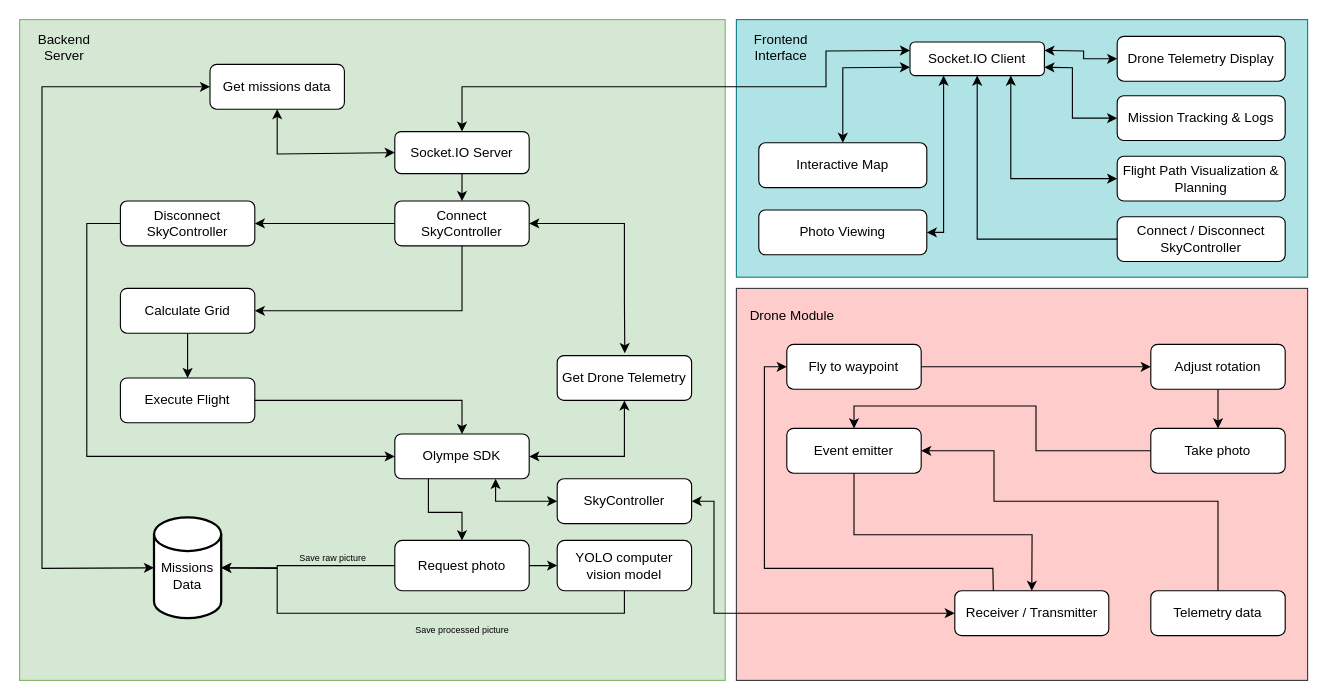
The draw.io diagram AAU-BSc-Software/Project-P6/resources/P6 System Architecture.drawio in Emilprivate/Esd.EDU, before the edit. Source tidied: cells renumbered, new cells numbered last; positions are measured from the earlier drawing's top-left corner, leaving out a move shared by most shapes. Both pictures are drawn from the tidied source at 112%, with x=0, y=0 at pixel (19, 19).
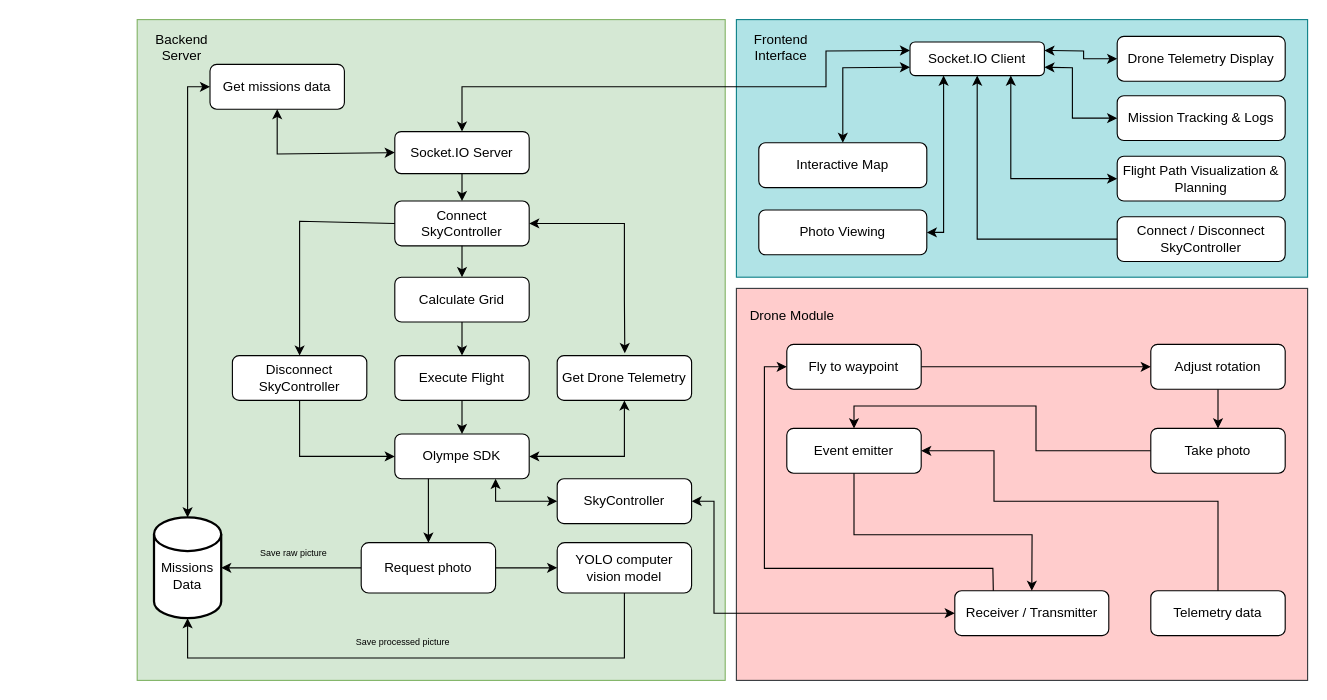
The same diagram, later.

Unchanged cells that the change refers to:
```xml
<mxCell id="18" value="&lt;div&gt;&lt;br&gt;&lt;/div&gt;&lt;div&gt;Missions Data&lt;/div&gt;" style="strokeWidth=2;html=1;shape=mxgraph.flowchart.database;whiteSpace=wrap;rounded=0;strokeColor=default;align=center;verticalAlign=middle;fontFamily=Helvetica;fontSize=12;fontColor=default;fillColor=default;" parent="1" vertex="1">
  <mxGeometry x="120" y="444.5" width="60" height="90" as="geometry" />
</mxCell>
<mxCell id="20" value="&lt;div&gt;Olympe SDK&lt;/div&gt;" style="rounded=1;whiteSpace=wrap;html=1;strokeColor=default;align=center;verticalAlign=middle;fontFamily=Helvetica;fontSize=12;fontColor=default;fillColor=default;" parent="1" vertex="1">
  <mxGeometry x="335" y="370" width="120" height="40" as="geometry" />
</mxCell>
<mxCell id="41" value="Get missions data" style="rounded=1;whiteSpace=wrap;html=1;strokeColor=default;align=center;verticalAlign=middle;fontFamily=Helvetica;fontSize=12;fontColor=default;fillColor=default;" parent="1" vertex="1">
  <mxGeometry x="170" y="40" width="120" height="40" as="geometry" />
</mxCell>
<mxCell id="58" value="Connect SkyController" style="rounded=1;whiteSpace=wrap;html=1;strokeColor=default;align=center;verticalAlign=middle;fontFamily=Helvetica;fontSize=12;fontColor=default;fillColor=default;" parent="1" vertex="1">
  <mxGeometry x="335" y="162" width="120" height="40" as="geometry" />
</mxCell>
```

Change to the diagram source:
```diff
@@
     <mxCell id="3" style="rounded=0;whiteSpace=wrap;html=1;fillColor=#d5e8d4;strokeColor=#82b366;labelBackgroundColor=none;" parent="1" vertex="1">
-      <mxGeometry width="630" height="590" as="geometry" />
+      <mxGeometry x="105" width="525" height="590" as="geometry" />
     </mxCell>
@@
     <mxCell id="5" value="Backend Server" style="text;html=1;align=center;verticalAlign=middle;whiteSpace=wrap;rounded=0;" parent="1" vertex="1">
-      <mxGeometry width="80" height="50" as="geometry" />
+      <mxGeometry x="105" width="80" height="50" as="geometry" />
     </mxCell>
@@
     <mxCell id="19" value="Disconnect SkyController" style="rounded=1;whiteSpace=wrap;html=1;strokeColor=default;align=center;verticalAlign=middle;fontFamily=Helvetica;fontSize=12;fontColor=default;fillColor=default;" parent="1" vertex="1">
-      <mxGeometry x="90" y="162" width="120" height="40" as="geometry" />
+      <mxGeometry x="190" y="300" width="120" height="40" as="geometry" />
     </mxCell>
@@
     <mxCell id="23" value="Calculate Grid" style="rounded=1;whiteSpace=wrap;html=1;strokeColor=default;align=center;verticalAlign=middle;fontFamily=Helvetica;fontSize=12;fontColor=default;fillColor=default;" parent="1" vertex="1">
-      <mxGeometry x="90" y="240" width="120" height="40" as="geometry" />
+      <mxGeometry x="335" y="230" width="120" height="40" as="geometry" />
     </mxCell>
     <mxCell id="24" value="Execute Flight" style="rounded=1;whiteSpace=wrap;html=1;strokeColor=default;align=center;verticalAlign=middle;fontFamily=Helvetica;fontSize=12;fontColor=default;fillColor=default;" parent="1" vertex="1">
-      <mxGeometry x="90" y="320" width="120" height="40" as="geometry" />
+      <mxGeometry x="335" y="300" width="120" height="40" as="geometry" />
     </mxCell>
@@
     <mxCell id="34" style="edgeStyle=orthogonalEdgeStyle;rounded=0;jettySize=auto;html=1;entryX=1;entryY=0.5;entryDx=0;entryDy=0;entryPerimeter=0;" parent="1" edge="1" source="35" target="18">
       <mxGeometry relative="1" as="geometry">
         <Array as="points">
-          <mxPoint x="230" y="487" />
-          <mxPoint x="230" y="489" />
+          <mxPoint x="265" y="490" />
+          <mxPoint x="265" y="490" />
         </Array>
       </mxGeometry>
     </mxCell>
     <mxCell id="35" value="Request photo" style="rounded=1;whiteSpace=wrap;html=1;strokeColor=default;align=center;verticalAlign=middle;fontFamily=Helvetica;fontSize=12;fontColor=default;fillColor=default;" parent="1" vertex="1">
-      <mxGeometry x="335" y="465" width="120" height="45" as="geometry" />
+      <mxGeometry x="305" y="467" width="120" height="45" as="geometry" />
     </mxCell>
     <mxCell id="36" style="endArrow=classic;html=1;rounded=0;fontFamily=Helvetica;fontSize=12;fontColor=default;exitX=0.25;exitY=1;exitDx=0;exitDy=0;entryX=0.5;entryY=0;entryDx=0;entryDy=0;" parent="1" edge="1" source="20" target="35">
       <mxGeometry relative="1" as="geometry">
         <Array as="points">
           <mxPoint x="365" y="440" />
-          <mxPoint x="395" y="440" />
         </Array>
       </mxGeometry>
     </mxCell>
     <mxCell id="37" value="YOLO computer vision model" style="rounded=1;whiteSpace=wrap;html=1;strokeColor=default;align=center;verticalAlign=middle;fontFamily=Helvetica;fontSize=12;fontColor=default;fillColor=default;" parent="1" vertex="1">
-      <mxGeometry x="480" y="465" width="120" height="45" as="geometry" />
+      <mxGeometry x="480" y="467" width="120" height="45" as="geometry" />
     </mxCell>
-    <mxCell id="38" style="endArrow=classic;html=1;rounded=0;fontFamily=Helvetica;fontSize=12;fontColor=default;exitX=0.5;exitY=1;exitDx=0;exitDy=0;entryX=1;entryY=0.5;entryDx=0;entryDy=0;entryPerimeter=0;" parent="1" edge="1" source="37" target="18">
-      <mxGeometry relative="1" as="geometry">
-        <Array as="points">
-          <mxPoint x="540" y="530" />
-          <mxPoint x="320" y="530" />
-          <mxPoint x="280" y="530" />
-          <mxPoint x="230" y="530" />
-          <mxPoint x="230" y="490" />
-        </Array>
-      </mxGeometry>
-    </mxCell>
     <mxCell id="39" value="&lt;div style=&quot;line-height: 60%;&quot;&gt;&lt;font style=&quot;font-size: 8px; line-height: 60%;&quot;&gt;Save raw picture&lt;/font&gt;&lt;/div&gt;" style="text;html=1;align=center;verticalAlign=middle;whiteSpace=wrap;rounded=0;fontFamily=Helvetica;fontSize=12;fontColor=default;" parent="1" vertex="1">
-      <mxGeometry x="240" y="465" width="80" height="30" as="geometry" />
+      <mxGeometry x="205" y="460" width="80" height="30" as="geometry" />
     </mxCell>
     <mxCell id="40" value="&lt;div style=&quot;line-height: 60%;&quot;&gt;&lt;div&gt;&lt;font style=&quot;font-size: 8px; line-height: 60%;&quot;&gt;Save processed picture&lt;/font&gt;&lt;/div&gt;&lt;/div&gt;" style="text;html=1;align=center;verticalAlign=middle;whiteSpace=wrap;rounded=0;fontFamily=Helvetica;fontSize=12;fontColor=default;" parent="1" vertex="1">
-      <mxGeometry x="342.5" y="528.5" width="105" height="30" as="geometry" />
+      <mxGeometry x="290" y="540" width="105" height="30" as="geometry" />
     </mxCell>
@@
-    <mxCell id="42" style="endArrow=classic;startArrow=classic;html=1;rounded=0;fontFamily=Helvetica;fontSize=12;fontColor=default;entryX=0;entryY=0.5;entryDx=0;entryDy=0;exitX=0;exitY=0.5;exitDx=0;exitDy=0;exitPerimeter=0;" parent="1" edge="1" source="18" target="41">
+    <mxCell id="42" style="endArrow=classic;startArrow=classic;html=1;rounded=0;fontFamily=Helvetica;fontSize=12;fontColor=default;entryX=0;entryY=0.5;entryDx=0;entryDy=0;exitX=0.5;exitY=0;exitDx=0;exitDy=0;exitPerimeter=0;" parent="1" edge="1" source="18" target="41">
       <mxGeometry relative="1" as="geometry">
         <Array as="points">
-          <mxPoint x="20" y="490" />
-          <mxPoint x="20" y="75" />
-          <mxPoint x="20" y="60" />
+          <mxPoint x="150" y="60" />
         </Array>
       </mxGeometry>
     </mxCell>
@@
-    <mxCell id="56" style="endArrow=classic;html=1;rounded=0;exitX=0;exitY=0.5;exitDx=0;exitDy=0;entryX=0;entryY=0.5;entryDx=0;entryDy=0;" parent="1" edge="1" source="19" target="20">
+    <mxCell id="56" style="endArrow=classic;html=1;rounded=0;exitX=0.5;exitY=1;exitDx=0;exitDy=0;entryX=0;entryY=0.5;entryDx=0;entryDy=0;" parent="1" edge="1" source="19" target="20">
       <mxGeometry relative="1" as="geometry">
         <Array as="points">
-          <mxPoint x="60" y="182" />
-          <mxPoint x="60" y="230" />
-          <mxPoint x="60" y="380" />
-          <mxPoint x="60" y="390" />
+          <mxPoint x="250" y="390" />
         </Array>
       </mxGeometry>
     </mxCell>
-    <mxCell id="57" style="endArrow=classic;html=1;rounded=0;exitX=1;exitY=0.5;exitDx=0;exitDy=0;entryX=0.5;entryY=0;entryDx=0;entryDy=0;" parent="1" edge="1" source="24" target="20">
+    <mxCell id="57" style="endArrow=classic;html=1;rounded=0;exitX=0.5;exitY=1;exitDx=0;exitDy=0;entryX=0.5;entryY=0;entryDx=0;entryDy=0;" parent="1" edge="1" source="24" target="20">
       <mxGeometry relative="1" as="geometry">
         <Array as="points">
           <mxPoint x="395" y="340" />
         </Array>
       </mxGeometry>
     </mxCell>
@@
-    <mxCell id="59" style="endArrow=classic;html=1;rounded=0;exitX=0.5;exitY=1;exitDx=0;exitDy=0;entryX=1;entryY=0.5;entryDx=0;entryDy=0;" parent="1" edge="1" source="58" target="23">
-      <mxGeometry relative="1" as="geometry">
-        <Array as="points">
-          <mxPoint x="395" y="260" />
-        </Array>
-      </mxGeometry>
+    <mxCell id="59" style="endArrow=classic;html=1;rounded=0;exitX=0.5;exitY=1;exitDx=0;exitDy=0;entryX=0.5;entryY=0;entryDx=0;entryDy=0;" parent="1" edge="1" source="58" target="23">
+      <mxGeometry relative="1" as="geometry" />
     </mxCell>
-    <mxCell id="60" style="endArrow=classic;html=1;rounded=0;exitX=0;exitY=0.5;exitDx=0;exitDy=0;entryX=1;entryY=0.5;entryDx=0;entryDy=0;" parent="1" edge="1" source="58" target="19">
-      <mxGeometry relative="1" as="geometry" />
+    <mxCell id="60" style="endArrow=classic;html=1;rounded=0;exitX=0;exitY=0.5;exitDx=0;exitDy=0;entryX=0.5;entryY=0;entryDx=0;entryDy=0;" parent="1" edge="1" source="58" target="19">
+      <mxGeometry relative="1" as="geometry">
+        <Array as="points">
+          <mxPoint x="250" y="180" />
+        </Array>
+      </mxGeometry>
     </mxCell>
@@
+    <mxCell id="38" style="endArrow=classic;html=1;rounded=0;exitX=0.5;exitY=1;exitDx=0;exitDy=0;entryX=0.5;entryY=1;entryDx=0;entryDy=0;entryPerimeter=0;" parent="1" edge="1" source="37" target="18">
+      <mxGeometry relative="1" as="geometry">
+        <Array as="points">
+          <mxPoint x="540" y="570" />
+          <mxPoint x="150" y="570" />
+        </Array>
+      </mxGeometry>
+    </mxCell>
```
